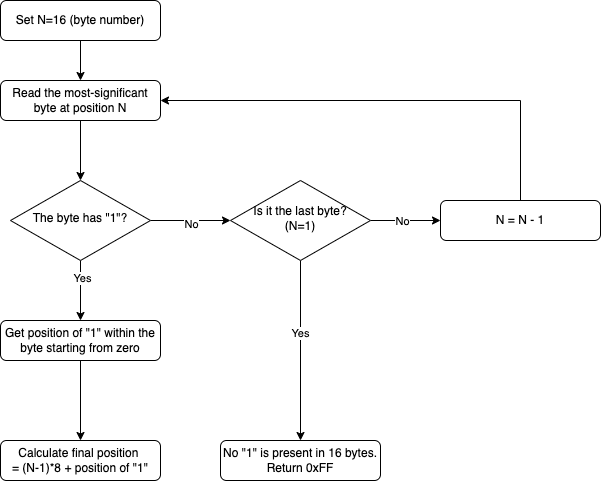
The draw.io diagram 8051/find_highest_one/flowchart.png in VMois/micronto, before a commit. Source tidied: cells renumbered, new cells last; positions are measured from the earlier drawing's top-left corner, leaving out a move shared by most shapes. Source of this version:
```xml
<mxGraphModel>
  <root>
    <mxCell id="0" />
    <mxCell id="1" parent="0" />
    <mxCell id="2" style="edgeStyle=orthogonalEdgeStyle;rounded=0;jettySize=auto;html=1;exitX=0.5;exitY=1;exitDx=0;exitDy=0;entryX=0.5;entryY=0;entryDx=0;entryDy=0;" parent="1" edge="1" source="3" target="8">
      <mxGeometry relative="1" as="geometry" />
    </mxCell>
    <mxCell id="3" value="Read the most-significant byte at position N" style="rounded=1;whiteSpace=wrap;html=1;fontSize=12;glass=0;strokeWidth=1;shadow=0;" parent="1" vertex="1">
      <mxGeometry y="80" width="160" height="40" as="geometry" />
    </mxCell>
    <mxCell id="4" style="edgeStyle=orthogonalEdgeStyle;rounded=0;jettySize=auto;html=1;exitX=0.5;exitY=1;exitDx=0;exitDy=0;entryX=0.5;entryY=0;entryDx=0;entryDy=0;" parent="1" edge="1" source="8" target="18">
      <mxGeometry relative="1" as="geometry" />
    </mxCell>
    <mxCell id="5" value="Yes" style="edgeLabel;html=1;align=center;verticalAlign=middle;" parent="4" vertex="1">
      <mxGeometry x="-0.45" y="1" relative="1" as="geometry" />
    </mxCell>
    <mxCell id="6" style="edgeStyle=orthogonalEdgeStyle;rounded=0;jettySize=auto;html=1;exitX=1;exitY=0.5;exitDx=0;exitDy=0;entryX=0;entryY=0.5;entryDx=0;entryDy=0;" parent="1" edge="1" source="8" target="15">
      <mxGeometry relative="1" as="geometry" />
    </mxCell>
    <mxCell id="7" value="No" style="edgeLabel;html=1;align=center;verticalAlign=middle;" parent="6" vertex="1">
      <mxGeometry y="-3" relative="1" as="geometry" />
    </mxCell>
    <mxCell id="8" value="The byte has &quot;1&quot;?" style="rhombus;whiteSpace=wrap;html=1;shadow=0;fontFamily=Helvetica;fontSize=12;align=center;strokeWidth=1;spacing=6;spacingTop=-4;" parent="1" vertex="1">
      <mxGeometry x="10" y="180" width="140" height="80" as="geometry" />
    </mxCell>
    <mxCell id="9" style="edgeStyle=orthogonalEdgeStyle;rounded=0;jettySize=auto;html=1;exitX=0.5;exitY=0;exitDx=0;exitDy=0;entryX=1;entryY=0.5;entryDx=0;entryDy=0;" parent="1" edge="1" source="10" target="3">
      <mxGeometry relative="1" as="geometry" />
    </mxCell>
    <mxCell id="10" value="N = N - 1" style="rounded=1;whiteSpace=wrap;html=1;fontSize=12;glass=0;strokeWidth=1;shadow=0;" parent="1" vertex="1">
      <mxGeometry x="440" y="200" width="160" height="40" as="geometry" />
    </mxCell>
    <mxCell id="11" style="edgeStyle=orthogonalEdgeStyle;rounded=0;jettySize=auto;html=1;exitX=1;exitY=0.5;exitDx=0;exitDy=0;entryX=0;entryY=0.5;entryDx=0;entryDy=0;" parent="1" edge="1" source="15" target="10">
      <mxGeometry relative="1" as="geometry" />
    </mxCell>
    <mxCell id="12" value="No" style="edgeLabel;html=1;align=center;verticalAlign=middle;" parent="11" vertex="1">
      <mxGeometry x="-0.11" relative="1" as="geometry" />
    </mxCell>
    <mxCell id="13" style="edgeStyle=orthogonalEdgeStyle;rounded=0;jettySize=auto;html=1;exitX=0.5;exitY=1;exitDx=0;exitDy=0;entryX=0.5;entryY=0;entryDx=0;entryDy=0;" parent="1" edge="1" source="15" target="21">
      <mxGeometry relative="1" as="geometry" />
    </mxCell>
    <mxCell id="14" value="Yes" style="edgeLabel;html=1;align=center;verticalAlign=middle;" parent="13" vertex="1">
      <mxGeometry x="-0.2" y="-1" relative="1" as="geometry" />
    </mxCell>
    <mxCell id="15" value="Is it the last byte?&lt;br&gt;(N=1)" style="rhombus;whiteSpace=wrap;html=1;shadow=0;fontFamily=Helvetica;fontSize=12;align=center;strokeWidth=1;spacing=6;spacingTop=-4;" parent="1" vertex="1">
      <mxGeometry x="230" y="180" width="140" height="80" as="geometry" />
    </mxCell>
    <mxCell id="16" value="Calculate final position &lt;br&gt;= (N-1)*8 + position of &quot;1&quot;" style="rounded=1;whiteSpace=wrap;html=1;fontSize=12;glass=0;strokeWidth=1;shadow=0;" parent="1" vertex="1">
      <mxGeometry y="440" width="160" height="40" as="geometry" />
    </mxCell>
    <mxCell id="17" style="edgeStyle=orthogonalEdgeStyle;rounded=0;jettySize=auto;html=1;exitX=0.5;exitY=1;exitDx=0;exitDy=0;entryX=0.5;entryY=0;entryDx=0;entryDy=0;" parent="1" edge="1" source="18" target="16">
      <mxGeometry relative="1" as="geometry" />
    </mxCell>
    <mxCell id="18" value="Get position of &quot;1&quot; within the byte starting from zero" style="rounded=1;whiteSpace=wrap;html=1;fontSize=12;glass=0;strokeWidth=1;shadow=0;" parent="1" vertex="1">
      <mxGeometry y="320" width="160" height="40" as="geometry" />
    </mxCell>
    <mxCell id="19" style="edgeStyle=orthogonalEdgeStyle;rounded=0;jettySize=auto;html=1;exitX=0.5;exitY=1;exitDx=0;exitDy=0;" parent="1" edge="1" source="20" target="3">
      <mxGeometry relative="1" as="geometry" />
    </mxCell>
    <mxCell id="20" value="Set N=16 (byte number)" style="rounded=1;whiteSpace=wrap;html=1;fontSize=12;glass=0;strokeWidth=1;shadow=0;" parent="1" vertex="1">
      <mxGeometry width="160" height="40" as="geometry" />
    </mxCell>
    <mxCell id="21" value="No &quot;1&quot; is present in 16 bytes. Return 0xFF" style="rounded=1;whiteSpace=wrap;html=1;fontSize=12;glass=0;strokeWidth=1;shadow=0;" parent="1" vertex="1">
      <mxGeometry x="220" y="440" width="160" height="40" as="geometry" />
    </mxCell>
  </root>
</mxGraphModel>
```
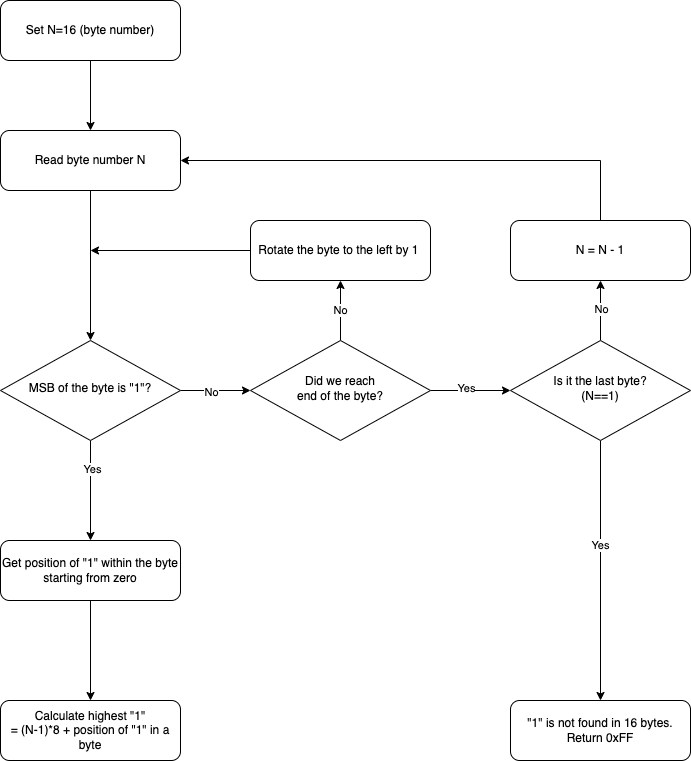
Later version of the same file.

Commit message:
8051, find highest one, update README

Diff of the diagram source:
```diff
@@ -5,8 +5,8 @@
     <mxCell id="2" style="edgeStyle=orthogonalEdgeStyle;rounded=0;jettySize=auto;html=1;exitX=0.5;exitY=1;exitDx=0;exitDy=0;entryX=0.5;entryY=0;entryDx=0;entryDy=0;" parent="1" edge="1" source="3" target="8">
       <mxGeometry relative="1" as="geometry" />
     </mxCell>
-    <mxCell id="3" value="Read the most-significant byte at position N" style="rounded=1;whiteSpace=wrap;html=1;fontSize=12;glass=0;strokeWidth=1;shadow=0;" parent="1" vertex="1">
-      <mxGeometry y="80" width="160" height="40" as="geometry" />
+    <mxCell id="3" value="Read byte number N" style="rounded=1;whiteSpace=wrap;html=1;fontSize=12;glass=0;strokeWidth=1;shadow=0;" parent="1" vertex="1">
+      <mxGeometry x="-10" y="130" width="180" height="60" as="geometry" />
     </mxCell>
     <mxCell id="4" style="edgeStyle=orthogonalEdgeStyle;rounded=0;jettySize=auto;html=1;exitX=0.5;exitY=1;exitDx=0;exitDy=0;entryX=0.5;entryY=0;entryDx=0;entryDy=0;" parent="1" edge="1" source="8" target="18">
       <mxGeometry relative="1" as="geometry" />
@@ -14,53 +14,73 @@
     <mxCell id="5" value="Yes" style="edgeLabel;html=1;align=center;verticalAlign=middle;" parent="4" vertex="1">
       <mxGeometry x="-0.45" y="1" relative="1" as="geometry" />
     </mxCell>
-    <mxCell id="6" style="edgeStyle=orthogonalEdgeStyle;rounded=0;jettySize=auto;html=1;exitX=1;exitY=0.5;exitDx=0;exitDy=0;entryX=0;entryY=0.5;entryDx=0;entryDy=0;" parent="1" edge="1" source="8" target="15">
-      <mxGeometry relative="1" as="geometry" />
-    </mxCell>
-    <mxCell id="7" value="No" style="edgeLabel;html=1;align=center;verticalAlign=middle;" parent="6" vertex="1">
-      <mxGeometry y="-3" relative="1" as="geometry" />
-    </mxCell>
+    <mxCell id="22" style="edgeStyle=orthogonalEdgeStyle;rounded=0;jettySize=auto;html=1;exitX=1;exitY=0.5;exitDx=0;exitDy=0;entryX=0;entryY=0.5;entryDx=0;entryDy=0;" parent="1" edge="1" source="8" target="30">
+      <mxGeometry relative="1" as="geometry" />
+    </mxCell>
+    <mxCell id="23" value="No" style="edgeLabel;html=1;align=center;verticalAlign=middle;" parent="22" vertex="1">
+      <mxGeometry x="-0.14" y="-1" relative="1" as="geometry" />
+    </mxCell>
-    <mxCell id="8" value="The byte has &quot;1&quot;?" style="rhombus;whiteSpace=wrap;html=1;shadow=0;fontFamily=Helvetica;fontSize=12;align=center;strokeWidth=1;spacing=6;spacingTop=-4;" parent="1" vertex="1">
-      <mxGeometry x="10" y="180" width="140" height="80" as="geometry" />
+    <mxCell id="8" value="MSB of the byte is &quot;1&quot;?" style="rhombus;whiteSpace=wrap;html=1;shadow=0;fontFamily=Helvetica;fontSize=12;align=center;strokeWidth=1;spacing=6;spacingTop=-4;" parent="1" vertex="1">
+      <mxGeometry x="-10" y="340" width="180" height="100" as="geometry" />
     </mxCell>
     <mxCell id="9" style="edgeStyle=orthogonalEdgeStyle;rounded=0;jettySize=auto;html=1;exitX=0.5;exitY=0;exitDx=0;exitDy=0;entryX=1;entryY=0.5;entryDx=0;entryDy=0;" parent="1" edge="1" source="10" target="3">
       <mxGeometry relative="1" as="geometry" />
     </mxCell>
     <mxCell id="10" value="N = N - 1" style="rounded=1;whiteSpace=wrap;html=1;fontSize=12;glass=0;strokeWidth=1;shadow=0;" parent="1" vertex="1">
-      <mxGeometry x="440" y="200" width="160" height="40" as="geometry" />
+      <mxGeometry x="500" y="220" width="180" height="60" as="geometry" />
     </mxCell>
-    <mxCell id="11" style="edgeStyle=orthogonalEdgeStyle;rounded=0;jettySize=auto;html=1;exitX=1;exitY=0.5;exitDx=0;exitDy=0;entryX=0;entryY=0.5;entryDx=0;entryDy=0;" parent="1" edge="1" source="15" target="10">
-      <mxGeometry relative="1" as="geometry" />
-    </mxCell>
-    <mxCell id="12" value="No" style="edgeLabel;html=1;align=center;verticalAlign=middle;" parent="11" vertex="1">
-      <mxGeometry x="-0.11" relative="1" as="geometry" />
-    </mxCell>
     <mxCell id="13" style="edgeStyle=orthogonalEdgeStyle;rounded=0;jettySize=auto;html=1;exitX=0.5;exitY=1;exitDx=0;exitDy=0;entryX=0.5;entryY=0;entryDx=0;entryDy=0;" parent="1" edge="1" source="15" target="21">
       <mxGeometry relative="1" as="geometry" />
     </mxCell>
     <mxCell id="14" value="Yes" style="edgeLabel;html=1;align=center;verticalAlign=middle;" parent="13" vertex="1">
       <mxGeometry x="-0.2" y="-1" relative="1" as="geometry" />
     </mxCell>
+    <mxCell id="11" style="edgeStyle=orthogonalEdgeStyle;rounded=0;jettySize=auto;html=1;exitX=0.5;exitY=0;exitDx=0;exitDy=0;entryX=0.5;entryY=1;entryDx=0;entryDy=0;" parent="1" edge="1" source="15" target="10">
+      <mxGeometry relative="1" as="geometry" />
+    </mxCell>
+    <mxCell id="24" value="No" style="edgeLabel;html=1;align=center;verticalAlign=middle;" parent="11" vertex="1">
+      <mxGeometry x="0.07" relative="1" as="geometry" />
+    </mxCell>
-    <mxCell id="15" value="Is it the last byte?&lt;br&gt;(N=1)" style="rhombus;whiteSpace=wrap;html=1;shadow=0;fontFamily=Helvetica;fontSize=12;align=center;strokeWidth=1;spacing=6;spacingTop=-4;" parent="1" vertex="1">
-      <mxGeometry x="230" y="180" width="140" height="80" as="geometry" />
+    <mxCell id="15" value="Is it the last byte?&lt;br&gt;(N==1)" style="rhombus;whiteSpace=wrap;html=1;shadow=0;fontFamily=Helvetica;fontSize=12;align=center;strokeWidth=1;spacing=6;spacingTop=-4;" parent="1" vertex="1">
+      <mxGeometry x="500" y="340" width="180" height="100" as="geometry" />
     </mxCell>
-    <mxCell id="16" value="Calculate final position &lt;br&gt;= (N-1)*8 + position of &quot;1&quot;" style="rounded=1;whiteSpace=wrap;html=1;fontSize=12;glass=0;strokeWidth=1;shadow=0;" parent="1" vertex="1">
-      <mxGeometry y="440" width="160" height="40" as="geometry" />
+    <mxCell id="16" value="Calculate highest &quot;1&quot;&lt;br&gt;= (N-1)*8 + position of &quot;1&quot; in a byte" style="rounded=1;whiteSpace=wrap;html=1;fontSize=12;glass=0;strokeWidth=1;shadow=0;" parent="1" vertex="1">
+      <mxGeometry x="-10" y="700" width="180" height="60" as="geometry" />
     </mxCell>
     <mxCell id="17" style="edgeStyle=orthogonalEdgeStyle;rounded=0;jettySize=auto;html=1;exitX=0.5;exitY=1;exitDx=0;exitDy=0;entryX=0.5;entryY=0;entryDx=0;entryDy=0;" parent="1" edge="1" source="18" target="16">
       <mxGeometry relative="1" as="geometry" />
     </mxCell>
     <mxCell id="18" value="Get position of &quot;1&quot; within the byte starting from zero" style="rounded=1;whiteSpace=wrap;html=1;fontSize=12;glass=0;strokeWidth=1;shadow=0;" parent="1" vertex="1">
-      <mxGeometry y="320" width="160" height="40" as="geometry" />
+      <mxGeometry x="-10" y="540" width="180" height="60" as="geometry" />
     </mxCell>
     <mxCell id="19" style="edgeStyle=orthogonalEdgeStyle;rounded=0;jettySize=auto;html=1;exitX=0.5;exitY=1;exitDx=0;exitDy=0;" parent="1" edge="1" source="20" target="3">
       <mxGeometry relative="1" as="geometry" />
     </mxCell>
     <mxCell id="20" value="Set N=16 (byte number)" style="rounded=1;whiteSpace=wrap;html=1;fontSize=12;glass=0;strokeWidth=1;shadow=0;" parent="1" vertex="1">
-      <mxGeometry width="160" height="40" as="geometry" />
+      <mxGeometry x="-10" width="180" height="60" as="geometry" />
     </mxCell>
-    <mxCell id="21" value="No &quot;1&quot; is present in 16 bytes. Return 0xFF" style="rounded=1;whiteSpace=wrap;html=1;fontSize=12;glass=0;strokeWidth=1;shadow=0;" parent="1" vertex="1">
-      <mxGeometry x="220" y="440" width="160" height="40" as="geometry" />
+    <mxCell id="21" value="&quot;1&quot; is not found in 16 bytes. Return 0xFF" style="rounded=1;whiteSpace=wrap;html=1;fontSize=12;glass=0;strokeWidth=1;shadow=0;" parent="1" vertex="1">
+      <mxGeometry x="500" y="700" width="180" height="60" as="geometry" />
     </mxCell>
+    <mxCell id="25" style="edgeStyle=orthogonalEdgeStyle;rounded=0;jettySize=auto;html=1;exitX=0;exitY=0.5;exitDx=0;exitDy=0;" parent="1" edge="1" source="26">
+      <mxGeometry relative="1" as="geometry">
+        <mxPoint x="80" y="250" as="targetPoint" />
+      </mxGeometry>
+    </mxCell>
+    <mxCell id="26" value="Rotate the byte to the left by 1&amp;nbsp;" style="rounded=1;whiteSpace=wrap;html=1;fontSize=12;glass=0;strokeWidth=1;shadow=0;" parent="1" vertex="1">
+      <mxGeometry x="240" y="220" width="180" height="60" as="geometry" />
+    </mxCell>
+    <mxCell id="27" value="No" style="edgeStyle=orthogonalEdgeStyle;rounded=0;jettySize=auto;html=1;exitX=0.5;exitY=0;exitDx=0;exitDy=0;entryX=0.5;entryY=1;entryDx=0;entryDy=0;" parent="1" edge="1" source="30" target="26">
+      <mxGeometry relative="1" as="geometry" />
+    </mxCell>
+    <mxCell id="28" style="edgeStyle=orthogonalEdgeStyle;rounded=0;jettySize=auto;html=1;exitX=1;exitY=0.5;exitDx=0;exitDy=0;entryX=0;entryY=0.5;entryDx=0;entryDy=0;" parent="1" edge="1" source="30" target="15">
+      <mxGeometry relative="1" as="geometry" />
+    </mxCell>
+    <mxCell id="29" value="Yes" style="edgeLabel;html=1;align=center;verticalAlign=middle;" parent="28" vertex="1">
+      <mxGeometry x="-0.12" y="3" relative="1" as="geometry" />
+    </mxCell>
+    <mxCell id="30" value="Did we reach&lt;br&gt;end of the byte?" style="rhombus;whiteSpace=wrap;html=1;shadow=0;fontFamily=Helvetica;fontSize=12;align=center;strokeWidth=1;spacing=6;spacingTop=-4;" parent="1" vertex="1">
+      <mxGeometry x="240" y="340" width="180" height="100" as="geometry" />
+    </mxCell>
   </root>
 </mxGraphModel>
```
